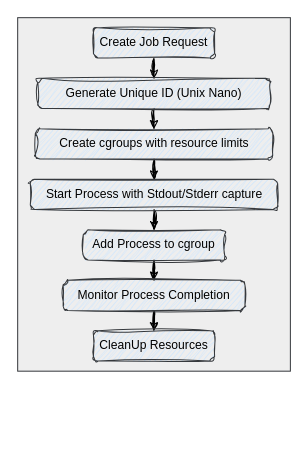
Before: page "Job Lifecycle" (3 of 5) of docs/job-worker.drawio in ehsaniara/job-worker, a draw.io diagram. Source tidied: cells renumbered, new cells numbered last; positions are measured from the earlier drawing's top-left corner, leaving out a move shared by most shapes. Both pictures are drawn from the tidied source at 101%, with x=0, y=0 at pixel (17, 17).
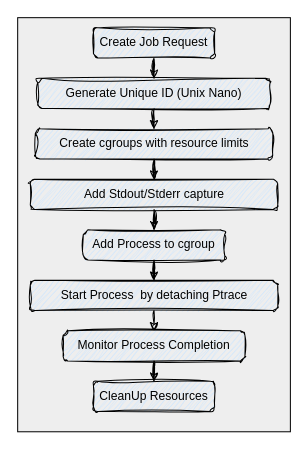
Above is the later version.

Change to the diagram source:
```diff
@@
 <mxGraphModel>
   <root>
     <mxCell id="0" />
     <mxCell id="1" parent="0" />
-    <mxCell id="2" style="rounded=0;whiteSpace=wrap;html=1;fillColor=#eeeeee;strokeColor=#36393d;fontColor=#000000;" parent="1" vertex="1">
-      <mxGeometry width="270" height="350" as="geometry" />
+    <mxCell id="2" style="rounded=0;whiteSpace=wrap;html=1;fillColor=#eeeeee;strokeColor=#000000;fontColor=#000000;" parent="1" vertex="1">
+      <mxGeometry width="270" height="410" as="geometry" />
     </mxCell>
     <mxCell id="3" style="edgeStyle=orthogonalEdgeStyle;rounded=0;jettySize=auto;html=1;fontColor=#000000;strokeColor=#000000;sketch=1;curveFitting=1;jiggle=2;" parent="1" edge="1" source="4" target="6">
       <mxGeometry relative="1" as="geometry" />
     </mxCell>
-    <mxCell id="4" value="Create Job Request" style="rounded=1;whiteSpace=wrap;html=1;fillColor=#cce5ff;strokeColor=#36393d;sketch=1;curveFitting=1;jiggle=2;fontColor=#000000;" parent="1" vertex="1">
+    <mxCell id="4" value="Create Job Request" style="rounded=1;whiteSpace=wrap;html=1;fillColor=#cce5ff;strokeColor=#000000;sketch=1;curveFitting=1;jiggle=2;fontColor=#000000;" parent="1" vertex="1">
       <mxGeometry x="75" y="10" width="120" height="30" as="geometry" />
     </mxCell>
     <mxCell id="5" style="edgeStyle=orthogonalEdgeStyle;rounded=0;jettySize=auto;html=1;fontColor=#000000;strokeColor=#000000;sketch=1;curveFitting=1;jiggle=2;" parent="1" edge="1" source="6" target="8">
       <mxGeometry relative="1" as="geometry" />
     </mxCell>
-    <mxCell id="6" value="Generate&amp;nbsp;&lt;span style=&quot;background-color: transparent;&quot;&gt;Unique ID (Unix Nano)&lt;/span&gt;" style="rounded=1;whiteSpace=wrap;html=1;fillColor=#cce5ff;strokeColor=#36393d;sketch=1;curveFitting=1;jiggle=2;fontColor=#000000;" parent="1" vertex="1">
+    <mxCell id="6" value="Generate&amp;nbsp;&lt;span style=&quot;background-color: transparent;&quot;&gt;Unique ID (Unix Nano)&lt;/span&gt;" style="rounded=1;whiteSpace=wrap;html=1;fillColor=#cce5ff;strokeColor=#000000;sketch=1;curveFitting=1;jiggle=2;fontColor=#000000;" parent="1" vertex="1">
       <mxGeometry x="20" y="60" width="230" height="30" as="geometry" />
     </mxCell>
     <mxCell id="7" style="edgeStyle=orthogonalEdgeStyle;rounded=0;jettySize=auto;html=1;fontColor=#000000;strokeColor=#000000;sketch=1;curveFitting=1;jiggle=2;" parent="1" edge="1" source="8" target="10">
       <mxGeometry relative="1" as="geometry" />
     </mxCell>
-    <mxCell id="8" value="Create&amp;nbsp;&lt;span style=&quot;background-color: transparent;&quot;&gt;cgroups with resource&amp;nbsp;&lt;/span&gt;&lt;span style=&quot;background-color: transparent;&quot;&gt;limits&lt;/span&gt;" style="rounded=1;whiteSpace=wrap;html=1;fillColor=#cce5ff;strokeColor=#36393d;sketch=1;curveFitting=1;jiggle=2;fontColor=#000000;" parent="1" vertex="1">
+    <mxCell id="8" value="Create&amp;nbsp;&lt;span style=&quot;background-color: transparent;&quot;&gt;cgroups with resource&amp;nbsp;&lt;/span&gt;&lt;span style=&quot;background-color: transparent;&quot;&gt;limits&lt;/span&gt;" style="rounded=1;whiteSpace=wrap;html=1;fillColor=#cce5ff;strokeColor=#000000;sketch=1;curveFitting=1;jiggle=2;fontColor=#000000;" parent="1" vertex="1">
       <mxGeometry x="17.5" y="110" width="235" height="30" as="geometry" />
     </mxCell>
     <mxCell id="9" style="edgeStyle=orthogonalEdgeStyle;rounded=0;jettySize=auto;html=1;fontColor=#000000;strokeColor=#000000;sketch=1;curveFitting=1;jiggle=2;" parent="1" edge="1" source="10" target="12">
       <mxGeometry relative="1" as="geometry" />
     </mxCell>
-    <mxCell id="10" value="Start Process with Stdout/Stderr capture" style="rounded=1;whiteSpace=wrap;html=1;fillColor=#cce5ff;strokeColor=#36393d;sketch=1;curveFitting=1;jiggle=2;fontColor=#000000;" parent="1" vertex="1">
+    <mxCell id="10" value="Add Stdout/Stderr capture" style="rounded=1;whiteSpace=wrap;html=1;fillColor=#cce5ff;strokeColor=#000000;sketch=1;curveFitting=1;jiggle=2;fontColor=#000000;" parent="1" vertex="1">
       <mxGeometry x="12.5" y="160" width="245" height="30" as="geometry" />
     </mxCell>
-    <mxCell id="11" style="edgeStyle=orthogonalEdgeStyle;rounded=0;jettySize=auto;html=1;fontColor=#000000;strokeColor=#000000;sketch=1;curveFitting=1;jiggle=2;" parent="1" edge="1" source="12" target="14">
+    <mxCell id="11" style="edgeStyle=orthogonalEdgeStyle;rounded=0;jettySize=auto;html=1;fontColor=#000000;strokeColor=#000000;sketch=1;curveFitting=1;jiggle=2;entryX=0.5;entryY=0;entryDx=0;entryDy=0;" parent="1" edge="1" source="12" target="17">
       <mxGeometry relative="1" as="geometry" />
     </mxCell>
-    <mxCell id="12" value="Add Process to cgroup" style="rounded=1;whiteSpace=wrap;html=1;fillColor=#cce5ff;strokeColor=#36393d;sketch=1;curveFitting=1;jiggle=2;fontColor=#000000;" parent="1" vertex="1">
+    <mxCell id="12" value="Add Process to cgroup" style="rounded=1;whiteSpace=wrap;html=1;fillColor=#cce5ff;strokeColor=#000000;sketch=1;curveFitting=1;jiggle=2;fontColor=#000000;" parent="1" vertex="1">
       <mxGeometry x="65" y="210" width="140" height="30" as="geometry" />
     </mxCell>
     <mxCell id="13" style="edgeStyle=orthogonalEdgeStyle;rounded=0;jettySize=auto;html=1;fontColor=#000000;strokeColor=#000000;sketch=1;curveFitting=1;jiggle=2;" parent="1" edge="1" source="14" target="15">
       <mxGeometry relative="1" as="geometry" />
     </mxCell>
-    <mxCell id="14" value="Monitor Process Completion" style="rounded=1;whiteSpace=wrap;html=1;fillColor=#cce5ff;strokeColor=#36393d;sketch=1;curveFitting=1;jiggle=2;fontColor=#000000;" parent="1" vertex="1">
-      <mxGeometry x="45" y="260" width="180" height="30" as="geometry" />
+    <mxCell id="14" value="Monitor Process Completion" style="rounded=1;whiteSpace=wrap;html=1;fillColor=#cce5ff;strokeColor=#000000;sketch=1;curveFitting=1;jiggle=2;fontColor=#000000;" parent="1" vertex="1">
+      <mxGeometry x="45" y="310" width="180" height="30" as="geometry" />
     </mxCell>
-    <mxCell id="15" value="CleanUp Resources" style="rounded=1;whiteSpace=wrap;html=1;fillColor=#cce5ff;strokeColor=#36393d;sketch=1;curveFitting=1;jiggle=2;fontColor=#000000;" parent="1" vertex="1">
-      <mxGeometry x="75" y="310" width="120" height="30" as="geometry" />
+    <mxCell id="15" value="CleanUp Resources" style="rounded=1;whiteSpace=wrap;html=1;fillColor=#cce5ff;strokeColor=#000000;sketch=1;curveFitting=1;jiggle=2;fontColor=#000000;" parent="1" vertex="1">
+      <mxGeometry x="75" y="360" width="120" height="30" as="geometry" />
     </mxCell>
+    <mxCell id="16" style="edgeStyle=orthogonalEdgeStyle;rounded=0;jettySize=auto;html=1;exitX=0.5;exitY=1;exitDx=0;exitDy=0;entryX=0.5;entryY=0;entryDx=0;entryDy=0;strokeColor=#000000;sketch=1;curveFitting=1;jiggle=2;" parent="1" edge="1" source="17" target="14">
+      <mxGeometry relative="1" as="geometry" />
+    </mxCell>
+    <mxCell id="17" value="Start Process&amp;nbsp; by detaching Ptrace" style="rounded=1;whiteSpace=wrap;html=1;fillColor=#cce5ff;strokeColor=#000000;sketch=1;curveFitting=1;jiggle=2;fontColor=#000000;" parent="1" vertex="1">
+      <mxGeometry x="12.5" y="260" width="245" height="30" as="geometry" />
+    </mxCell>
   </root>
 </mxGraphModel>
```
